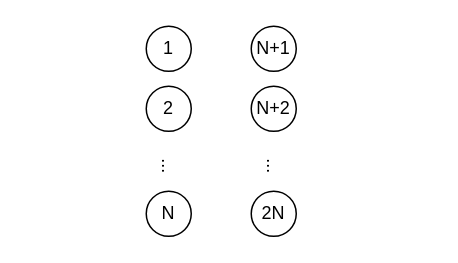
This is hw5_2.drawio from Eren-Jeager123/Algorithm, a draw.io file, before an edit. Source tidied: cells renumbered, new cells numbered last; positions are measured from the earlier drawing's top-left corner, leaving out a move shared by most shapes. Both pictures are drawn from the tidied source at 150%, with x=0, y=0 at pixel (146, 26).
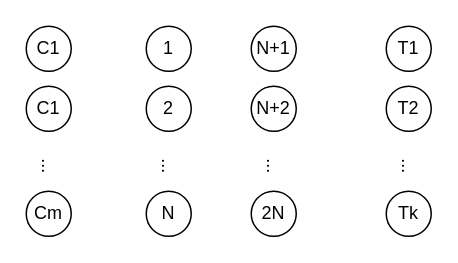
After the change.

Diff of the diagram source:
```diff
@@
 <mxGraphModel>
   <root>
     <mxCell id="0" />
     <mxCell id="1" parent="0" />
     <mxCell id="2" value="1" style="ellipse;whiteSpace=wrap;html=1;" parent="1" vertex="1">
       <mxGeometry width="30" height="30" as="geometry" />
     </mxCell>
     <mxCell id="3" value="2" style="ellipse;whiteSpace=wrap;html=1;" parent="1" vertex="1">
       <mxGeometry y="40" width="30" height="30" as="geometry" />
     </mxCell>
     <mxCell id="4" value="N" style="ellipse;whiteSpace=wrap;html=1;" parent="1" vertex="1">
       <mxGeometry y="110" width="30" height="30" as="geometry" />
     </mxCell>
     <mxCell id="5" value="N+1" style="ellipse;whiteSpace=wrap;html=1;" parent="1" vertex="1">
       <mxGeometry x="70" width="30" height="30" as="geometry" />
     </mxCell>
     <mxCell id="6" value="2N" style="ellipse;whiteSpace=wrap;html=1;" parent="1" vertex="1">
       <mxGeometry x="70" y="110" width="30" height="30" as="geometry" />
     </mxCell>
     <mxCell id="7" value="N+2" style="ellipse;whiteSpace=wrap;html=1;" parent="1" vertex="1">
       <mxGeometry x="70" y="40" width="30" height="30" as="geometry" />
     </mxCell>
     <mxCell id="8" value="..." style="text;html=1;align=center;verticalAlign=middle;strokeColor=none;fillColor=none;rotation=90;" parent="1" vertex="1">
       <mxGeometry y="78" width="30" height="30" as="geometry" />
     </mxCell>
     <mxCell id="9" value="..." style="text;html=1;align=center;verticalAlign=middle;strokeColor=none;fillColor=none;rotation=90;" parent="1" vertex="1">
       <mxGeometry x="70" y="78" width="30" height="30" as="geometry" />
     </mxCell>
+    <mxCell id="10" value="C1" style="ellipse;whiteSpace=wrap;html=1;" parent="1" vertex="1">
+      <mxGeometry x="-80" width="30" height="30" as="geometry" />
+    </mxCell>
+    <mxCell id="11" value="C1" style="ellipse;whiteSpace=wrap;html=1;" parent="1" vertex="1">
+      <mxGeometry x="-80" y="40" width="30" height="30" as="geometry" />
+    </mxCell>
+    <mxCell id="12" value="Cm" style="ellipse;whiteSpace=wrap;html=1;" parent="1" vertex="1">
+      <mxGeometry x="-80" y="110" width="30" height="30" as="geometry" />
+    </mxCell>
+    <mxCell id="13" value="..." style="text;html=1;align=center;verticalAlign=middle;strokeColor=none;fillColor=none;rotation=90;" parent="1" vertex="1">
+      <mxGeometry x="-80" y="78" width="30" height="30" as="geometry" />
+    </mxCell>
+    <mxCell id="14" value="T1" style="ellipse;whiteSpace=wrap;html=1;" parent="1" vertex="1">
+      <mxGeometry x="160" width="30" height="30" as="geometry" />
+    </mxCell>
+    <mxCell id="15" value="Tk" style="ellipse;whiteSpace=wrap;html=1;" parent="1" vertex="1">
+      <mxGeometry x="160" y="110" width="30" height="30" as="geometry" />
+    </mxCell>
+    <mxCell id="16" value="T2" style="ellipse;whiteSpace=wrap;html=1;" parent="1" vertex="1">
+      <mxGeometry x="160" y="40" width="30" height="30" as="geometry" />
+    </mxCell>
+    <mxCell id="17" value="..." style="text;html=1;align=center;verticalAlign=middle;strokeColor=none;fillColor=none;rotation=90;" parent="1" vertex="1">
+      <mxGeometry x="160" y="78" width="30" height="30" as="geometry" />
+    </mxCell>
   </root>
 </mxGraphModel>
```
